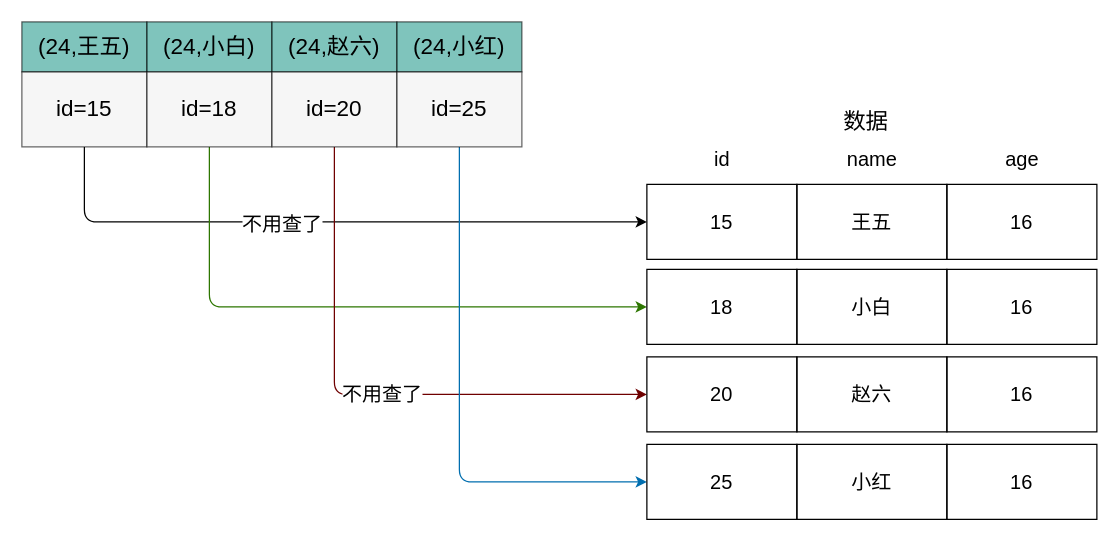
The draw.io diagram page "mysql-icp-have" (2 of 33) of mysql/mysql.drawio in boilingfrog/Go-POINT, before the edit. Source tidied: cells renumbered, new cells numbered last; positions are measured from the earlier drawing's top-left corner, leaving out a move shared by most shapes. Both pictures are drawn from the tidied source at 125%, with x=0, y=0 at pixel (21, 21).
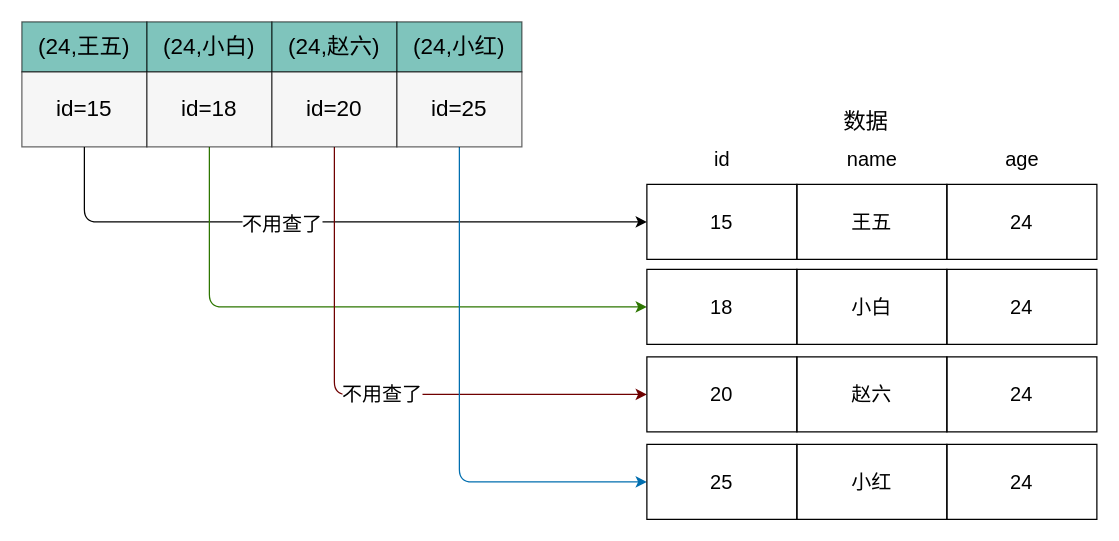
After the change.

Diff of the diagram source:
```diff
@@
-    <mxCell id="25" value="16" style="rounded=0;whiteSpace=wrap;html=1;fontSize=16;fillColor=none;" parent="1" vertex="1">
+    <mxCell id="25" value="24" style="rounded=0;whiteSpace=wrap;html=1;fontSize=16;fillColor=none;" parent="1" vertex="1">
       <mxGeometry x="740" y="130" width="120" height="60" as="geometry" />
     </mxCell>
@@
-    <mxCell id="29" value="16" style="rounded=0;whiteSpace=wrap;html=1;fontSize=16;fillColor=none;" parent="1" vertex="1">
+    <mxCell id="29" value="24" style="rounded=0;whiteSpace=wrap;html=1;fontSize=16;fillColor=none;" parent="1" vertex="1">
       <mxGeometry x="740" y="198" width="120" height="60" as="geometry" />
     </mxCell>
-    <mxCell id="30" value="16" style="rounded=0;whiteSpace=wrap;html=1;fontSize=16;fillColor=none;" parent="1" vertex="1">
+    <mxCell id="30" value="24" style="rounded=0;whiteSpace=wrap;html=1;fontSize=16;fillColor=none;" parent="1" vertex="1">
       <mxGeometry x="740" y="268" width="120" height="60" as="geometry" />
     </mxCell>
-    <mxCell id="31" value="16" style="rounded=0;whiteSpace=wrap;html=1;fontSize=16;fillColor=none;" parent="1" vertex="1">
+    <mxCell id="31" value="24" style="rounded=0;whiteSpace=wrap;html=1;fontSize=16;fillColor=none;" parent="1" vertex="1">
       <mxGeometry x="740" y="338" width="120" height="60" as="geometry" />
     </mxCell>
```
